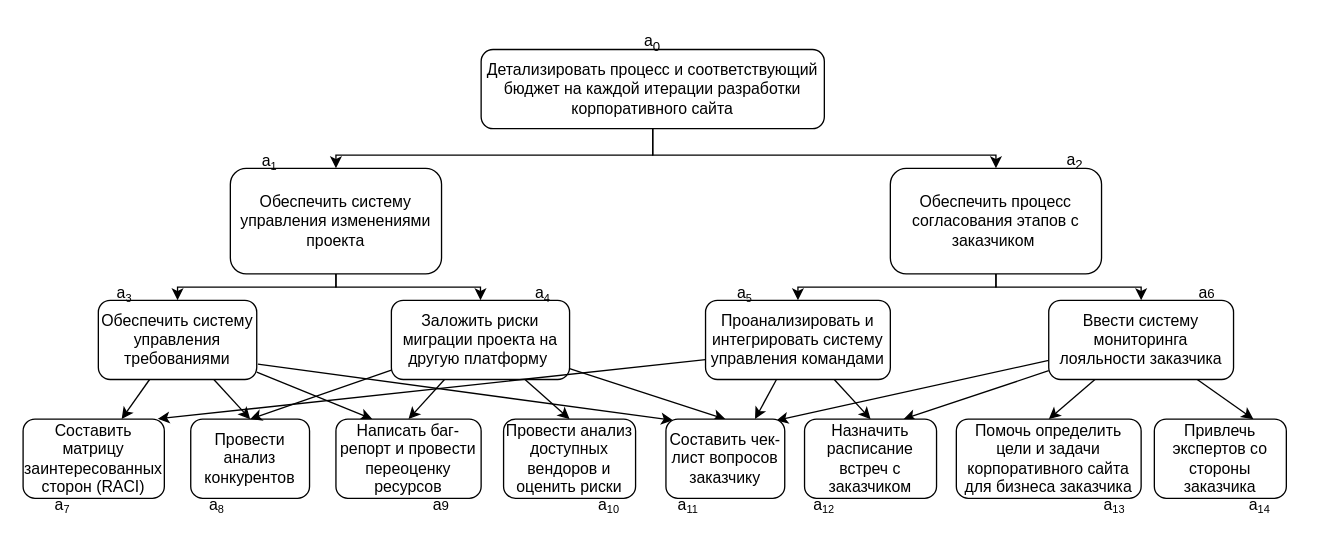
Before: page "Дерево целей" (8 of 8) of 3_курс/5_семестр/ТСиСА/Курсовая/модели2ч.drawio in Luzinsan/tusur, a draw.io diagram. Source tidied: cells renumbered, new cells numbered last; positions are measured from the earlier drawing's top-left corner, leaving out a move shared by most shapes. Both pictures are drawn from the tidied source at 132%, with x=0, y=0 at pixel (22, 22).
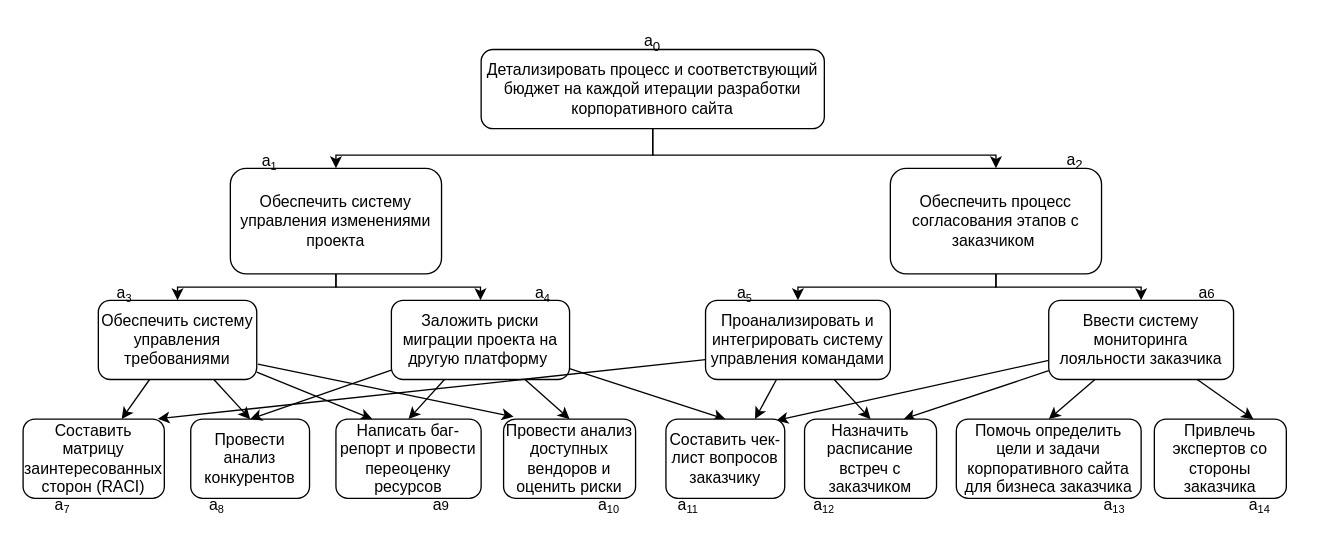
The same diagram, later.

Commit message (it also covers changes not shown here):
ТСиСА (Курсач) - локальные/глобальные приоритеты

The change refers to these unchanged cells:
```xml
<mxCell id="12" value="Обеспечить систему управления требованиями" style="rounded=1;whiteSpace=wrap;html=1;" parent="1" vertex="1">
  <mxGeometry x="57" y="210" width="120" height="60" as="geometry" />
</mxCell>
<mxCell id="21" value="Провести анализ доступных вендоров и оценить риски" style="rounded=1;whiteSpace=wrap;html=1;" parent="1" vertex="1">
  <mxGeometry x="364" y="300" width="100" height="60" as="geometry" />
</mxCell>
<mxCell id="34" value="Составить чек-лист вопросов заказчику" style="rounded=1;whiteSpace=wrap;html=1;" parent="1" vertex="1">
  <mxGeometry x="487" y="300" width="90" height="60" as="geometry" />
</mxCell>
```

Change to the diagram source:
```diff
@@
-    <mxCell id="10" style="edgeStyle=none;rounded=0;jettySize=auto;html=1;entryX=0.059;entryY=0.015;entryDx=0;entryDy=0;entryPerimeter=0;exitX=1.007;exitY=0.807;exitDx=0;exitDy=0;exitPerimeter=0;" parent="1" edge="1" source="12" target="34">
+    <mxCell id="10" style="edgeStyle=none;rounded=0;jettySize=auto;html=1;entryX=0.076;entryY=-0.03;entryDx=0;entryDy=0;exitX=1.007;exitY=0.807;exitDx=0;exitDy=0;exitPerimeter=0;entryPerimeter=0;" parent="1" edge="1" source="12" target="21">
       <mxGeometry relative="1" as="geometry" />
     </mxCell>
```
